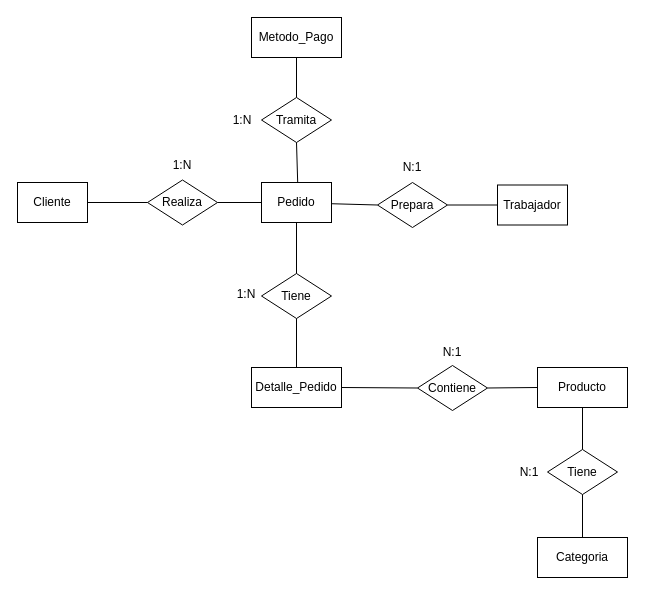
Above: Modelo-ER/Modelo-ER.drawio in jblas7/web-final (draw.io), before the change. Source tidied: cells renumbered, new cells numbered last; positions are measured from the earlier drawing's top-left corner, leaving out a move shared by most shapes. Both pictures are drawn from the tidied source at 100%, with x=0, y=0 at pixel (17, 17).
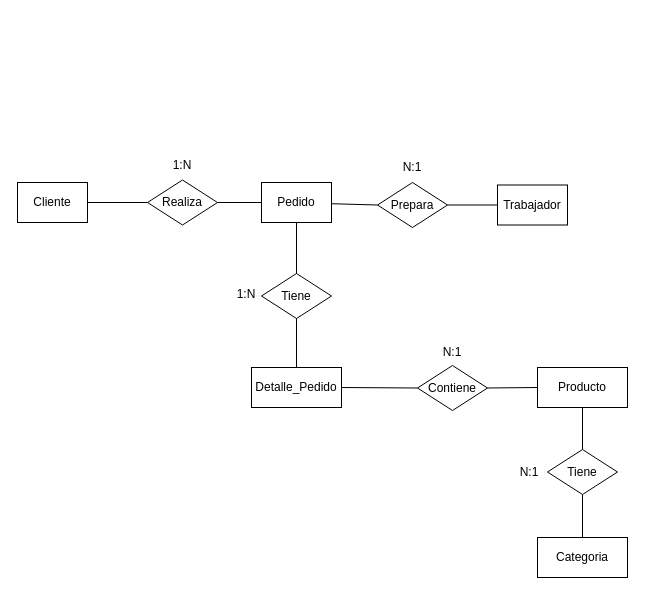
Above is the later version.

Commit message (it also covers changes not shown here):
VERSION SIN METODO_PAGO

Unchanged cells that the change refers to:
```xml
<mxCell id="4" value="Pedido" style="rounded=0;whiteSpace=wrap;html=1;" parent="1" vertex="1">
  <mxGeometry x="244" y="165" width="70" height="40" as="geometry" />
</mxCell>
```

Change to the diagram source:
```diff
@@
-    <mxCell id="8" value="Tramita" style="rhombus;whiteSpace=wrap;html=1;" parent="1" vertex="1">
-      <mxGeometry x="244" y="80" width="70" height="45" as="geometry" />
-    </mxCell>
-    <mxCell id="9" value="Metodo_Pago" style="rounded=0;whiteSpace=wrap;html=1;" parent="1" vertex="1">
-      <mxGeometry x="234" width="90" height="40" as="geometry" />
-    </mxCell>
-    <mxCell id="10" style="endArrow=none;html=1;rounded=0;entryX=0.5;entryY=1;entryDx=0;entryDy=0;exitX=0.5;exitY=0;exitDx=0;exitDy=0;" parent="1" edge="1" source="8" target="9">
-      <mxGeometry relative="1" as="geometry" />
-    </mxCell>
-    <mxCell id="11" style="endArrow=none;html=1;rounded=0;entryX=0.5;entryY=1;entryDx=0;entryDy=0;exitX=0.517;exitY=0.005;exitDx=0;exitDy=0;exitPerimeter=0;" parent="1" edge="1" source="4" target="8">
-      <mxGeometry relative="1" as="geometry" />
-    </mxCell>
@@
-    <mxCell id="14" value="1:N" style="text;strokeColor=none;align=center;fillColor=none;html=1;verticalAlign=middle;whiteSpace=wrap;rounded=0;" parent="1" vertex="1">
-      <mxGeometry x="200" y="87.5" width="50" height="30" as="geometry" />
-    </mxCell>
```
